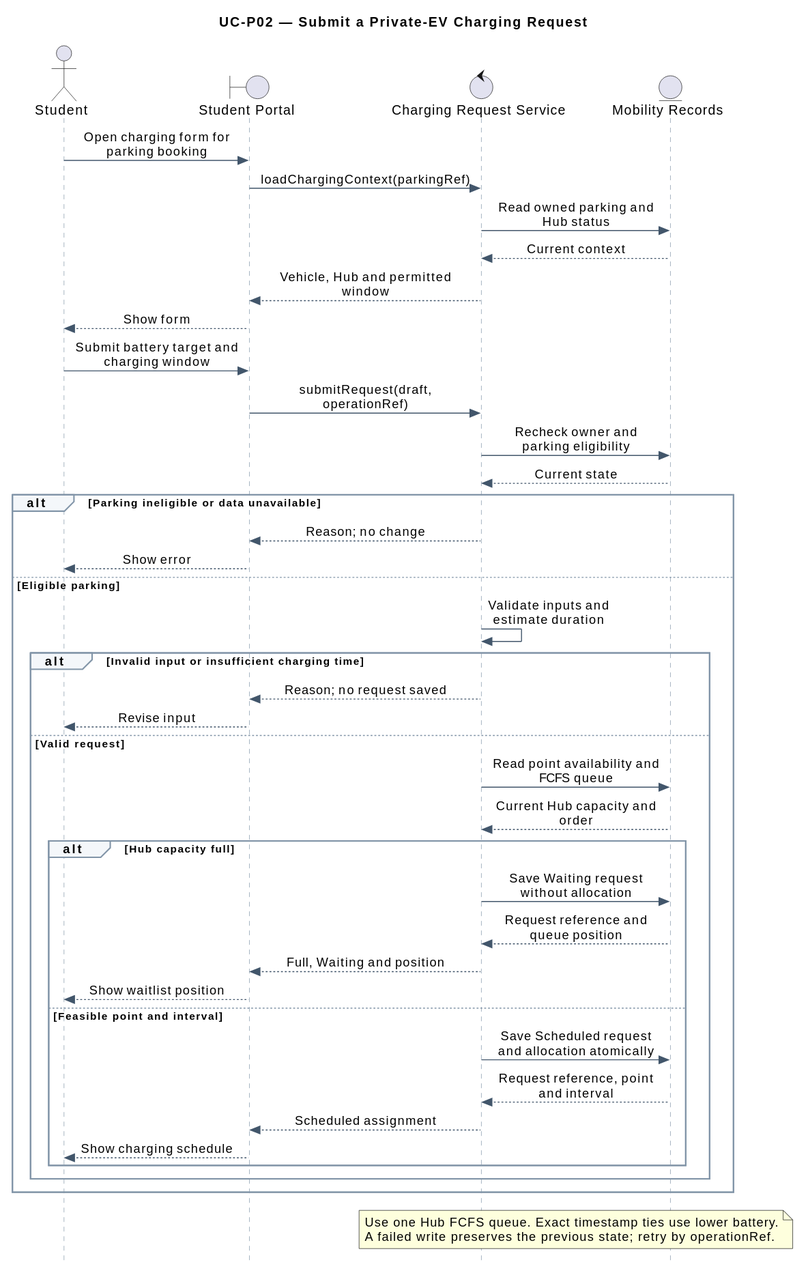
Above: docs/submission-2/sequence-diagrams/parking-private-ev/SD_SubmitPrivateEVChargingRequest.svg in thanhpham1108/smart-e-mobility-hub (PlantUML), before the change.
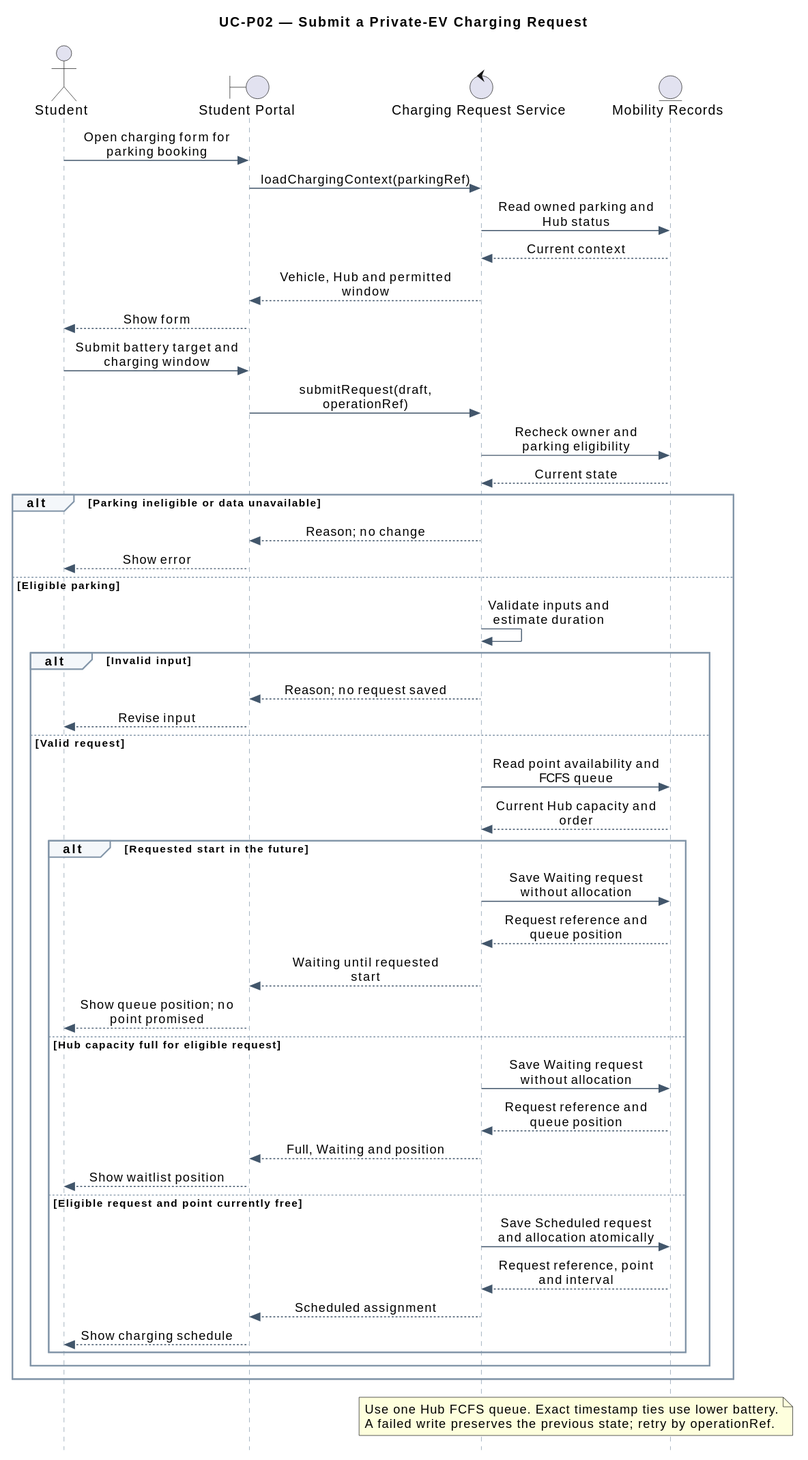
After the change.

Change to the diagram source:
```diff
@@ -38,18 +38,23 @@
   UI --> ST : Show error
 else Eligible parking
   SVC -> SVC : Validate inputs and estimate duration
-  alt Invalid input or insufficient charging time
+  alt Invalid input
     SVC --> UI : Reason; no request saved
     UI --> ST : Revise input
   else Valid request
     SVC -> DATA : Read point availability and FCFS queue
     DATA --> SVC : Current Hub capacity and order
-    alt Hub capacity full
+    alt Requested start in the future
+      SVC -> DATA : Save Waiting request without allocation
+      DATA --> SVC : Request reference and queue position
+      SVC --> UI : Waiting until requested start
+      UI --> ST : Show queue position; no point promised
+    else Hub capacity full for eligible request
       SVC -> DATA : Save Waiting request without allocation
       DATA --> SVC : Request reference and queue position
       SVC --> UI : Full, Waiting and position
       UI --> ST : Show waitlist position
-    else Feasible point and interval
+    else Eligible request and point currently free
       SVC -> DATA : Save Scheduled request and allocation atomically
       DATA --> SVC : Request reference, point and interval
       SVC --> UI : Scheduled assignment
```
